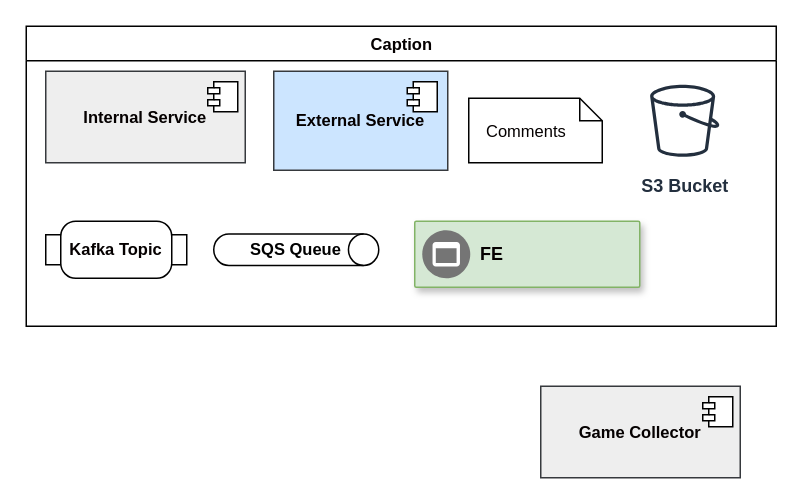
The draw.io diagram page "main-flow" (1 of 2) of diagrams/bookmaker-integration.drawio in skullizador/bookmaker-integration, before the edit. Source tidied: cells renumbered, new cells numbered last; positions are measured from the earlier drawing's top-left corner, leaving out a move shared by most shapes. Both pictures are drawn from the tidied source at 150%, with x=0, y=0 at pixel (26, 26).
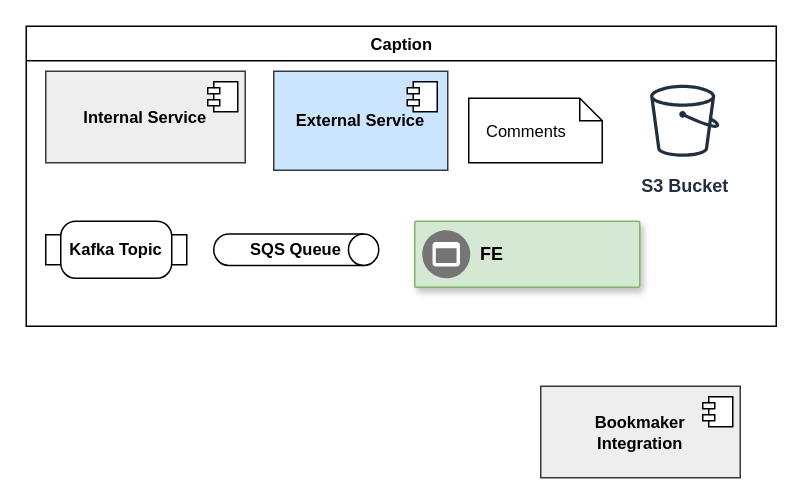
Above is the later version.

Change to the diagram source:
```diff
@@
 <mxGraphModel>
   <root>
     <mxCell id="0" />
     <mxCell id="1" parent="0" />
     <mxCell id="2" value="Caption" style="swimlane;fontSize=11;fontColor=#050000;html=1;" parent="1" vertex="1">
       <mxGeometry width="500" height="200" as="geometry" />
     </mxCell>
     <mxCell id="3" value="Internal Service" style="html=1;rounded=0;shadow=0;glass=0;labelBackgroundColor=none;labelBorderColor=none;sketch=0;fontFamily=Helvetica;strokeColor=#36393d;fontStyle=1;fillColor=#eeeeee;whiteSpace=wrap;fontSize=11;fontColor=#050000;" parent="2" vertex="1">
       <mxGeometry x="13" y="30" width="133" height="61" as="geometry" />
     </mxCell>
     <mxCell id="4" style="shape=module;jettyWidth=8;jettyHeight=4;rounded=0;shadow=0;glass=0;labelBackgroundColor=none;labelBorderColor=none;sketch=0;fontFamily=Helvetica;fontColor=default;strokeColor=default;gradientColor=none;html=1;fontSize=11;" parent="3" vertex="1">
       <mxGeometry x="1" width="20" height="20" relative="1" as="geometry">
         <mxPoint x="-25" y="7" as="offset" />
       </mxGeometry>
     </mxCell>
     <mxCell id="5" value="External Service" style="html=1;labelBackgroundColor=none;labelBorderColor=none;fontStyle=1;whiteSpace=wrap;rounded=0;shadow=0;glass=0;sketch=0;fontFamily=Helvetica;fillColor=#cce5ff;strokeColor=#36393d;fontSize=11;fontColor=#050000;" parent="2" vertex="1">
       <mxGeometry x="165" y="30" width="116" height="66" as="geometry" />
     </mxCell>
     <mxCell id="6" style="shape=module;jettyWidth=8;jettyHeight=4;labelBackgroundColor=none;labelBorderColor=none;gradientColor=none;html=1;rounded=0;shadow=0;glass=0;sketch=0;fontFamily=Helvetica;fontColor=default;fontSize=11;" parent="5" vertex="1">
       <mxGeometry x="1" width="20" height="20" relative="1" as="geometry">
         <mxPoint x="-27" y="7" as="offset" />
       </mxGeometry>
     </mxCell>
     <mxCell id="7" value="Comments" style="shape=note;size=15;align=left;spacingLeft=10;html=1;whiteSpace=wrap;rounded=0;fontSize=11;fontColor=#050000;" parent="2" vertex="1">
       <mxGeometry x="295" y="48" width="89" height="43" as="geometry" />
     </mxCell>
     <mxCell id="8" value="Kafka Topic" style="html=1;shape=mxgraph.sysml.isControl;whiteSpace=wrap;align=center;labelBackgroundColor=none;labelBorderColor=none;gradientColor=none;fontStyle=1;fontSize=11;fontColor=#050000;" parent="2" vertex="1">
       <mxGeometry x="13" y="130" width="94" height="38" as="geometry" />
     </mxCell>
     <mxCell id="9" value="SQS Queue" style="strokeWidth=1;html=1;shape=mxgraph.flowchart.direct_data;whiteSpace=wrap;rounded=0;shadow=0;glass=0;labelBackgroundColor=none;labelBorderColor=none;sketch=0;fontFamily=Helvetica;fontColor=default;gradientColor=none;fontStyle=1;fontSize=11;" parent="2" vertex="1">
       <mxGeometry x="125" y="138.5" width="110" height="21" as="geometry" />
     </mxCell>
     <mxCell id="10" style="strokeColor=#82b366;shadow=1;strokeWidth=1;rounded=1;absoluteArcSize=1;arcSize=2;html=1;fontStyle=1;labelBorderColor=default;labelBackgroundColor=none;fontSize=12;fillColor=#d5e8d4;" parent="2" vertex="1">
       <mxGeometry x="259" y="130" width="150" height="44" as="geometry" />
     </mxCell>
     <mxCell id="11" value="&lt;b&gt;FE&lt;/b&gt;" style="sketch=0;dashed=0;html=1;fillColor=#757575;strokeColor=none;shape=mxgraph.gcp2.frontend_platform_services;labelPosition=right;verticalLabelPosition=middle;align=left;verticalAlign=middle;spacingLeft=5;fontSize=12;labelBackgroundColor=none;labelBorderColor=none;fontColor=#050000;" parent="10" vertex="1">
       <mxGeometry y="0.5" width="32" height="32" relative="1" as="geometry">
         <mxPoint x="5" y="-16" as="offset" />
       </mxGeometry>
     </mxCell>
     <mxCell id="12" value="S3 Bucket" style="sketch=0;fontColor=#232F3E;gradientColor=none;strokeColor=#232F3E;fillColor=#ffffff;dashed=0;verticalLabelPosition=bottom;verticalAlign=top;align=center;html=1;fontSize=12;fontStyle=1;shape=mxgraph.aws4.resourceIcon;resIcon=mxgraph.aws4.bucket;" parent="2" vertex="1">
       <mxGeometry x="409" y="33" width="60" height="60" as="geometry" />
     </mxCell>
-    <mxCell id="13" value="Game Collector" style="html=1;rounded=0;shadow=0;glass=0;labelBackgroundColor=none;labelBorderColor=none;sketch=0;fontFamily=Helvetica;strokeColor=#36393d;fontStyle=1;fillColor=#eeeeee;whiteSpace=wrap;fontSize=11;fontColor=#050000;" parent="1" vertex="1">
+    <mxCell id="13" value="Bookmaker&lt;br&gt;Integration" style="html=1;rounded=0;shadow=0;glass=0;labelBackgroundColor=none;labelBorderColor=none;sketch=0;fontFamily=Helvetica;strokeColor=#36393d;fontStyle=1;fillColor=#eeeeee;whiteSpace=wrap;fontSize=11;fontColor=#050000;" parent="1" vertex="1">
       <mxGeometry x="343" y="240" width="133" height="61" as="geometry" />
     </mxCell>
     <mxCell id="14" style="shape=module;jettyWidth=8;jettyHeight=4;rounded=0;shadow=0;glass=0;labelBackgroundColor=none;labelBorderColor=none;sketch=0;fontFamily=Helvetica;fontColor=default;strokeColor=default;gradientColor=none;html=1;fontSize=11;" parent="13" vertex="1">
       <mxGeometry x="1" width="20" height="20" relative="1" as="geometry">
         <mxPoint x="-25" y="7" as="offset" />
       </mxGeometry>
     </mxCell>
   </root>
 </mxGraphModel>
```
